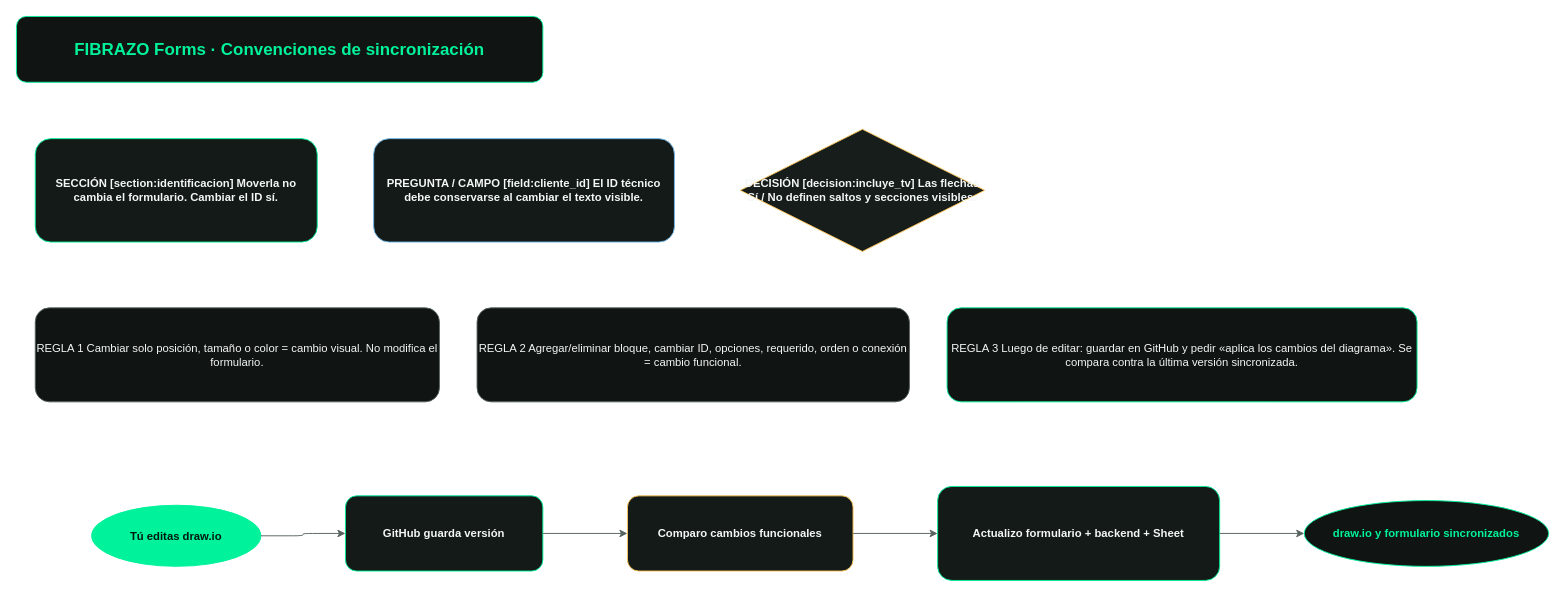
Above: page "Convenciones" (4 of 4) of docs/FIBRAZO_Forms_Flujos.drawio in Femacchi12/fibrazo-forms (draw.io), before the change. Source tidied: cells renumbered, new cells numbered last; positions are measured from the earlier drawing's top-left corner, leaving out a move shared by most shapes. Both pictures are drawn from the tidied source at 94%, with x=0, y=0 at pixel (16, 16).
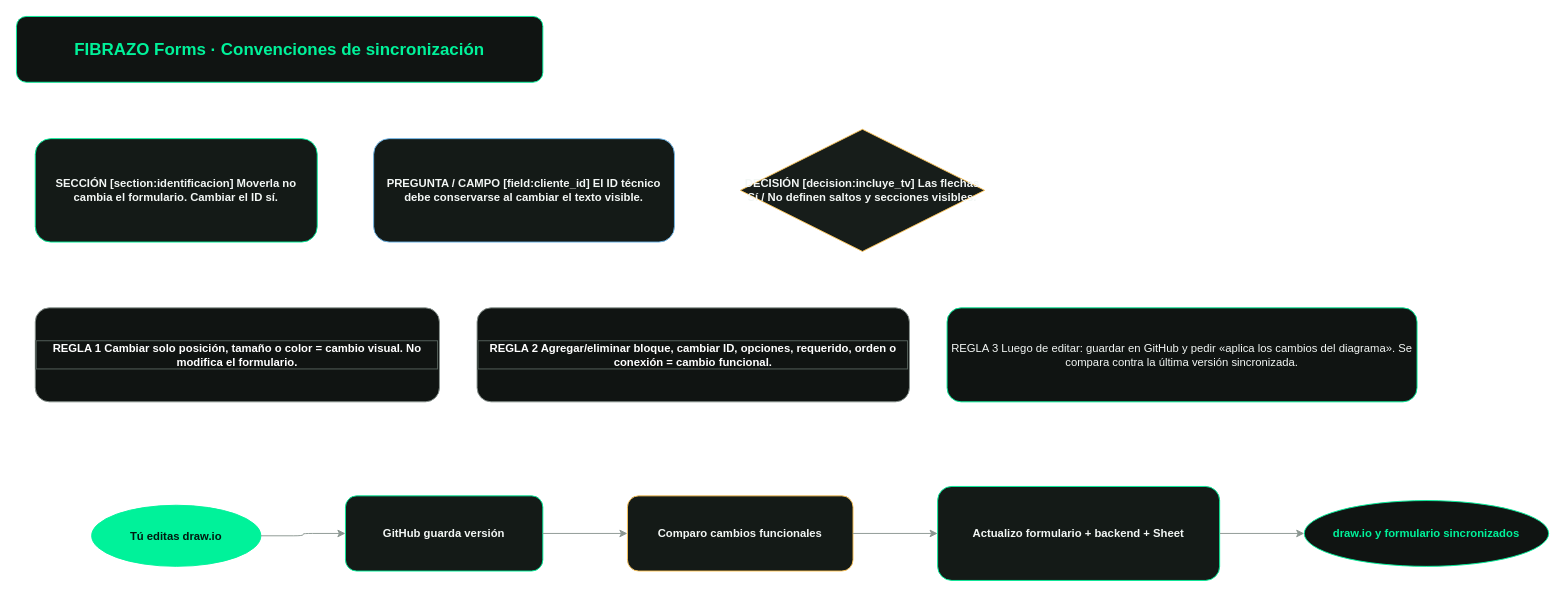
After the change.

The edit, as a diff of the source:
```diff
@@
 <mxGraphModel>
   <root>
     <mxCell id="0" />
     <mxCell id="1" parent="0" />
     <mxCell id="2" value="FIBRAZO Forms · Convenciones de sincronización" style="rounded=1;whiteSpace=wrap;html=1;fillColor=#101412;strokeColor=#00f29a;fontColor=#00f29a;fontStyle=1;fontSize=18;" parent="1" vertex="1">
       <mxGeometry width="560" height="70" as="geometry" />
     </mxCell>
     <mxCell id="3" value="SECCIÓN&amp;#xa;[section:identificacion]&amp;#xa;Moverla no cambia el formulario. Cambiar el ID sí." style="rounded=1;whiteSpace=wrap;html=1;fillColor=#141a17;strokeColor=#00f29a;fontColor=#f3f7f5;fontStyle=1;" parent="1" vertex="1">
       <mxGeometry x="20" y="130" width="300" height="110" as="geometry" />
     </mxCell>
     <mxCell id="4" value="PREGUNTA / CAMPO&amp;#xa;[field:cliente_id]&amp;#xa;El ID técnico debe conservarse al cambiar el texto visible." style="rounded=1;whiteSpace=wrap;html=1;fillColor=#141a17;strokeColor=#6cb5e8;fontColor=#f3f7f5;fontStyle=1;" parent="1" vertex="1">
       <mxGeometry x="380" y="130" width="320" height="110" as="geometry" />
     </mxCell>
     <mxCell id="5" value="DECISIÓN&amp;#xa;[decision:incluye_tv]&amp;#xa;Las flechas Sí / No definen saltos y secciones visibles." style="rhombus;whiteSpace=wrap;html=1;fillColor=#171d1a;strokeColor=#ffc85c;fontColor=#f3f7f5;fontStyle=1;" parent="1" vertex="1">
       <mxGeometry x="770" y="120" width="260" height="130" as="geometry" />
     </mxCell>
-    <mxCell id="6" value="REGLA 1&amp;#xa;Cambiar solo posición, tamaño o color = cambio visual. No modifica el formulario." style="rounded=1;whiteSpace=wrap;html=1;fillColor=#101412;strokeColor=#56635d;fontColor=#f3f7f5;" parent="1" vertex="1">
+    <mxCell id="6" value="REGLA 1&amp;#xa;Cambiar solo posición, tamaño o color = cambio visual. No modifica el formulario." style="rounded=1;whiteSpace=wrap;html=1;fillColor=#101412;strokeColor=#8a9690;fontColor=#ffffff;labelBackgroundColor=#101412;labelBorderColor=#56635d;fontStyle=1;" parent="1" vertex="1">
       <mxGeometry x="20" y="310" width="430" height="100" as="geometry" />
     </mxCell>
-    <mxCell id="7" value="REGLA 2&amp;#xa;Agregar/eliminar bloque, cambiar ID, opciones, requerido, orden o conexión = cambio funcional." style="rounded=1;whiteSpace=wrap;html=1;fillColor=#101412;strokeColor=#56635d;fontColor=#f3f7f5;" parent="1" vertex="1">
+    <mxCell id="7" value="REGLA 2&amp;#xa;Agregar/eliminar bloque, cambiar ID, opciones, requerido, orden o conexión = cambio funcional." style="rounded=1;whiteSpace=wrap;html=1;fillColor=#101412;strokeColor=#8a9690;fontColor=#ffffff;labelBackgroundColor=#101412;labelBorderColor=#56635d;fontStyle=1;" parent="1" vertex="1">
       <mxGeometry x="490" y="310" width="460" height="100" as="geometry" />
     </mxCell>
     <mxCell id="8" value="REGLA 3&amp;#xa;Luego de editar: guardar en GitHub y pedir «aplica los cambios del diagrama». Se compara contra la última versión sincronizada." style="rounded=1;whiteSpace=wrap;html=1;fillColor=#101412;strokeColor=#00f29a;fontColor=#f3f7f5;" parent="1" vertex="1">
       <mxGeometry x="990" y="310" width="500" height="100" as="geometry" />
     </mxCell>
     <mxCell id="9" value="Tú editas draw.io" style="ellipse;whiteSpace=wrap;html=1;fillColor=#00f29a;strokeColor=#00f29a;fontColor=#001a10;fontStyle=1;" parent="1" vertex="1">
       <mxGeometry x="80" y="520" width="180" height="65" as="geometry" />
     </mxCell>
     <mxCell id="10" value="GitHub guarda versión" style="rounded=1;whiteSpace=wrap;html=1;fillColor=#141a17;strokeColor=#00f29a;fontColor=#f3f7f5;fontStyle=1;" parent="1" vertex="1">
       <mxGeometry x="350" y="510" width="210" height="80" as="geometry" />
     </mxCell>
     <mxCell id="11" value="Comparo cambios funcionales" style="rounded=1;whiteSpace=wrap;html=1;fillColor=#141a17;strokeColor=#ffc85c;fontColor=#f3f7f5;fontStyle=1;" parent="1" vertex="1">
       <mxGeometry x="650" y="510" width="240" height="80" as="geometry" />
     </mxCell>
     <mxCell id="12" value="Actualizo formulario + backend + Sheet" style="rounded=1;whiteSpace=wrap;html=1;fillColor=#141a17;strokeColor=#00f29a;fontColor=#f3f7f5;fontStyle=1;" parent="1" vertex="1">
       <mxGeometry x="980" y="500" width="300" height="100" as="geometry" />
     </mxCell>
     <mxCell id="13" value="draw.io y formulario sincronizados" style="ellipse;whiteSpace=wrap;html=1;fillColor=#101412;strokeColor=#00f29a;fontColor=#00f29a;fontStyle=1;" parent="1" vertex="1">
       <mxGeometry x="1370" y="515" width="260" height="70" as="geometry" />
     </mxCell>
-    <mxCell id="14" style="edgeStyle=orthogonalEdgeStyle;html=1;strokeColor=#56635d;" parent="1" edge="1" source="9" target="10">
+    <mxCell id="14" style="edgeStyle=orthogonalEdgeStyle;html=1;strokeColor=#8a9690;fontColor=#ffffff;labelBackgroundColor=#101412;labelBorderColor=#56635d;fontStyle=1;" parent="1" edge="1" source="9" target="10">
       <mxGeometry relative="1" as="geometry" />
     </mxCell>
-    <mxCell id="15" style="edgeStyle=orthogonalEdgeStyle;html=1;strokeColor=#56635d;" parent="1" edge="1" source="10" target="11">
+    <mxCell id="15" style="edgeStyle=orthogonalEdgeStyle;html=1;strokeColor=#8a9690;fontColor=#ffffff;labelBackgroundColor=#101412;labelBorderColor=#56635d;fontStyle=1;" parent="1" edge="1" source="10" target="11">
       <mxGeometry relative="1" as="geometry" />
     </mxCell>
-    <mxCell id="16" style="edgeStyle=orthogonalEdgeStyle;html=1;strokeColor=#56635d;" parent="1" edge="1" source="11" target="12">
+    <mxCell id="16" style="edgeStyle=orthogonalEdgeStyle;html=1;strokeColor=#8a9690;fontColor=#ffffff;labelBackgroundColor=#101412;labelBorderColor=#56635d;fontStyle=1;" parent="1" edge="1" source="11" target="12">
       <mxGeometry relative="1" as="geometry" />
     </mxCell>
-    <mxCell id="17" style="edgeStyle=orthogonalEdgeStyle;html=1;strokeColor=#56635d;" parent="1" edge="1" source="12" target="13">
+    <mxCell id="17" style="edgeStyle=orthogonalEdgeStyle;html=1;strokeColor=#8a9690;fontColor=#ffffff;labelBackgroundColor=#101412;labelBorderColor=#56635d;fontStyle=1;" parent="1" edge="1" source="12" target="13">
       <mxGeometry relative="1" as="geometry" />
     </mxCell>
   </root>
 </mxGraphModel>
```
